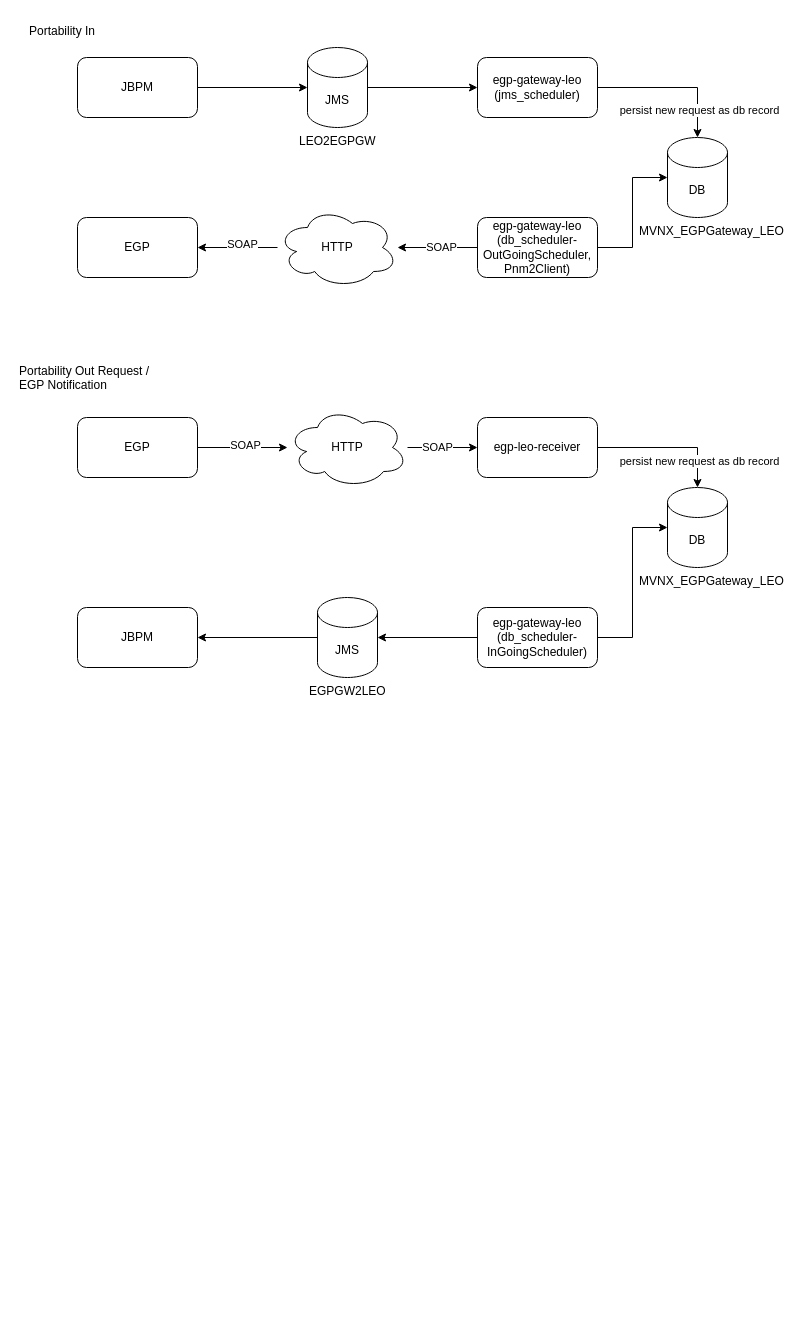
Earlier version of the draw.io diagram Untitled Diagram.drawio (yakunin/design_io_pub). Source tidied: cells renumbered, new cells numbered last; positions are measured from the earlier drawing's top-left corner, leaving out a move shared by most shapes. Both pictures are drawn from the tidied source at 100%, with x=0, y=0 at pixel (17, 17).
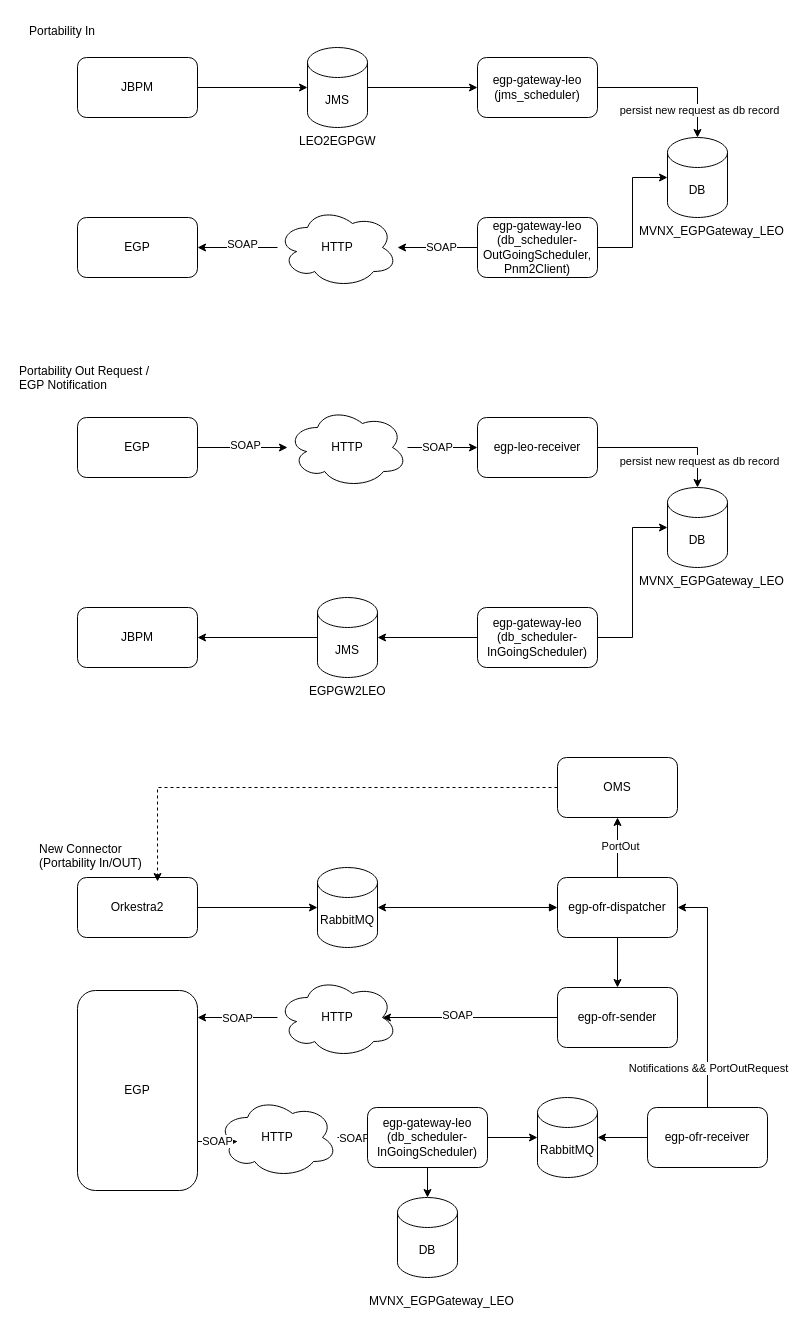
Above is the later version.

Diff of the diagram source:
```diff
@@
+    <mxCell id="40" style="edgeStyle=orthogonalEdgeStyle;rounded=0;jettySize=auto;html=1;" parent="1" edge="1" source="41" target="43">
+      <mxGeometry relative="1" as="geometry" />
+    </mxCell>
+    <mxCell id="41" value="Orkestra2" style="rounded=1;whiteSpace=wrap;html=1;" parent="1" vertex="1">
+      <mxGeometry x="60" y="860" width="120" height="60" as="geometry" />
+    </mxCell>
+    <mxCell id="42" value="New Connector (Portability In/OUT)" style="text;whiteSpace=wrap;" parent="1" vertex="1">
+      <mxGeometry x="20" y="818" width="110" height="40" as="geometry" />
+    </mxCell>
+    <mxCell id="43" value="RabbitMQ" style="shape=cylinder3;whiteSpace=wrap;html=1;boundedLbl=1;backgroundOutline=1;size=15;rotation=0;" parent="1" vertex="1">
+      <mxGeometry x="300" y="850" width="60" height="80" as="geometry" />
+    </mxCell>
+    <mxCell id="44" style="edgeStyle=orthogonalEdgeStyle;rounded=0;jettySize=auto;html=1;" parent="1" edge="1" source="47" target="49">
+      <mxGeometry relative="1" as="geometry" />
+    </mxCell>
+    <mxCell id="45" style="edgeStyle=orthogonalEdgeStyle;rounded=0;jettySize=auto;html=1;entryX=0.5;entryY=1;entryDx=0;entryDy=0;" parent="1" edge="1" source="47" target="71">
+      <mxGeometry relative="1" as="geometry" />
+    </mxCell>
+    <mxCell id="46" value="PortOut" style="edgeLabel;html=1;align=center;verticalAlign=middle;" parent="45" vertex="1">
+      <mxGeometry x="0.07" y="-2" relative="1" as="geometry" />
+    </mxCell>
+    <mxCell id="47" value="egp-ofr-dispatcher" style="rounded=1;whiteSpace=wrap;html=1;" parent="1" vertex="1">
+      <mxGeometry x="540" y="860" width="120" height="60" as="geometry" />
+    </mxCell>
+    <mxCell id="48" style="edgeStyle=orthogonalEdgeStyle;rounded=0;jettySize=auto;html=1;entryX=1;entryY=0.5;entryDx=0;entryDy=0;entryPerimeter=0;startArrow=block;startFill=1;" parent="1" edge="1" source="47" target="43">
+      <mxGeometry relative="1" as="geometry" />
+    </mxCell>
+    <mxCell id="49" value="egp-ofr-sender" style="rounded=1;whiteSpace=wrap;html=1;" parent="1" vertex="1">
+      <mxGeometry x="540" y="970" width="120" height="60" as="geometry" />
+    </mxCell>
+    <mxCell id="50" style="edgeStyle=orthogonalEdgeStyle;rounded=0;jettySize=auto;html=1;entryX=1;entryY=0.5;entryDx=0;entryDy=0;" parent="1" edge="1" source="52" target="47">
+      <mxGeometry relative="1" as="geometry" />
+    </mxCell>
+    <mxCell id="51" value="Notifications &amp;amp;&amp;amp; PortOutRequest" style="edgeLabel;html=1;align=center;verticalAlign=middle;" parent="50" vertex="1">
+      <mxGeometry x="-0.35" relative="1" as="geometry">
+        <mxPoint y="35" as="offset" />
+      </mxGeometry>
+    </mxCell>
+    <mxCell id="52" value="egp-ofr-receiver" style="rounded=1;whiteSpace=wrap;html=1;" parent="1" vertex="1">
+      <mxGeometry x="630" y="1090" width="120" height="60" as="geometry" />
+    </mxCell>
+    <mxCell id="53" value="EGP" style="rounded=1;whiteSpace=wrap;html=1;" parent="1" vertex="1">
+      <mxGeometry x="60" y="973" width="120" height="200" as="geometry" />
+    </mxCell>
+    <mxCell id="54" value="HTTP" style="ellipse;shape=cloud;whiteSpace=wrap;html=1;" parent="1" vertex="1">
+      <mxGeometry x="260" y="960" width="120" height="80" as="geometry" />
+    </mxCell>
+    <mxCell id="55" style="edgeStyle=orthogonalEdgeStyle;rounded=0;jettySize=auto;html=1;entryX=0.875;entryY=0.5;entryDx=0;entryDy=0;entryPerimeter=0;" parent="1" edge="1" source="49" target="54">
+      <mxGeometry relative="1" as="geometry" />
+    </mxCell>
+    <mxCell id="56" value="SOAP" style="edgeLabel;html=1;align=center;verticalAlign=middle;" parent="55" vertex="1">
+      <mxGeometry x="0.15" y="-3" relative="1" as="geometry" />
+    </mxCell>
+    <mxCell id="57" style="edgeStyle=orthogonalEdgeStyle;rounded=0;jettySize=auto;html=1;entryX=1;entryY=0.135;entryDx=0;entryDy=0;entryPerimeter=0;" parent="1" edge="1" source="54" target="53">
+      <mxGeometry relative="1" as="geometry" />
+    </mxCell>
+    <mxCell id="58" value="SOAP" style="edgeLabel;html=1;align=center;verticalAlign=middle;" parent="57" vertex="1">
+      <mxGeometry x="0.03" relative="1" as="geometry" />
+    </mxCell>
+    <mxCell id="59" style="edgeStyle=orthogonalEdgeStyle;rounded=0;jettySize=auto;html=1;entryX=0;entryY=0.5;entryDx=0;entryDy=0;" parent="1" edge="1" source="61" target="65">
+      <mxGeometry relative="1" as="geometry" />
+    </mxCell>
+    <mxCell id="60" value="SOAP" style="edgeLabel;html=1;align=center;verticalAlign=middle;" parent="59" vertex="1">
+      <mxGeometry x="0.44" relative="1" as="geometry" />
+    </mxCell>
+    <mxCell id="61" value="HTTP" style="ellipse;shape=cloud;whiteSpace=wrap;html=1;" parent="1" vertex="1">
+      <mxGeometry x="200" y="1080" width="120" height="80" as="geometry" />
+    </mxCell>
+    <mxCell id="62" style="edgeStyle=orthogonalEdgeStyle;rounded=0;jettySize=auto;html=1;entryX=0.16;entryY=0.55;entryDx=0;entryDy=0;entryPerimeter=0;" parent="1" edge="1" source="53" target="61">
+      <mxGeometry relative="1" as="geometry">
+        <Array as="points">
+          <mxPoint x="190" y="1124" />
+          <mxPoint x="190" y="1124" />
+        </Array>
+      </mxGeometry>
+    </mxCell>
+    <mxCell id="63" value="SOAP" style="edgeLabel;html=1;align=center;verticalAlign=middle;" parent="62" vertex="1">
+      <mxGeometry x="-0.03" y="1" relative="1" as="geometry" />
+    </mxCell>
+    <mxCell id="64" style="edgeStyle=orthogonalEdgeStyle;rounded=0;jettySize=auto;html=1;" parent="1" edge="1" source="65" target="66">
+      <mxGeometry relative="1" as="geometry" />
+    </mxCell>
+    <mxCell id="65" value="egp-gateway-leo (db_scheduler-InGoingScheduler)" style="rounded=1;whiteSpace=wrap;html=1;" parent="1" vertex="1">
+      <mxGeometry x="350" y="1090" width="120" height="60" as="geometry" />
+    </mxCell>
+    <mxCell id="66" value="DB" style="shape=cylinder3;whiteSpace=wrap;html=1;boundedLbl=1;backgroundOutline=1;size=15;" parent="1" vertex="1">
+      <mxGeometry x="380" y="1180" width="60" height="80" as="geometry" />
+    </mxCell>
+    <mxCell id="67" value="MVNX_EGPGateway_LEO" style="text;whiteSpace=wrap;" parent="1" vertex="1">
+      <mxGeometry x="350" y="1270" width="110" height="40" as="geometry" />
+    </mxCell>
+    <mxCell id="68" value="RabbitMQ" style="shape=cylinder3;whiteSpace=wrap;html=1;boundedLbl=1;backgroundOutline=1;size=15;rotation=0;" parent="1" vertex="1">
+      <mxGeometry x="520" y="1080" width="60" height="80" as="geometry" />
+    </mxCell>
+    <mxCell id="69" style="edgeStyle=orthogonalEdgeStyle;rounded=0;jettySize=auto;html=1;entryX=0;entryY=0.5;entryDx=0;entryDy=0;entryPerimeter=0;" parent="1" edge="1" source="65" target="68">
+      <mxGeometry relative="1" as="geometry" />
+    </mxCell>
+    <mxCell id="70" style="edgeStyle=orthogonalEdgeStyle;rounded=0;jettySize=auto;html=1;entryX=1;entryY=0.5;entryDx=0;entryDy=0;entryPerimeter=0;" parent="1" edge="1" source="52" target="68">
+      <mxGeometry relative="1" as="geometry" />
+    </mxCell>
+    <mxCell id="71" value="OMS" style="rounded=1;whiteSpace=wrap;html=1;" parent="1" vertex="1">
+      <mxGeometry x="540" y="740" width="120" height="60" as="geometry" />
+    </mxCell>
+    <mxCell id="72" style="edgeStyle=orthogonalEdgeStyle;rounded=0;jettySize=auto;html=1;entryX=0.667;entryY=0.067;entryDx=0;entryDy=0;entryPerimeter=0;dashed=1;" parent="1" edge="1" source="71" target="41">
+      <mxGeometry relative="1" as="geometry" />
+    </mxCell>
```
